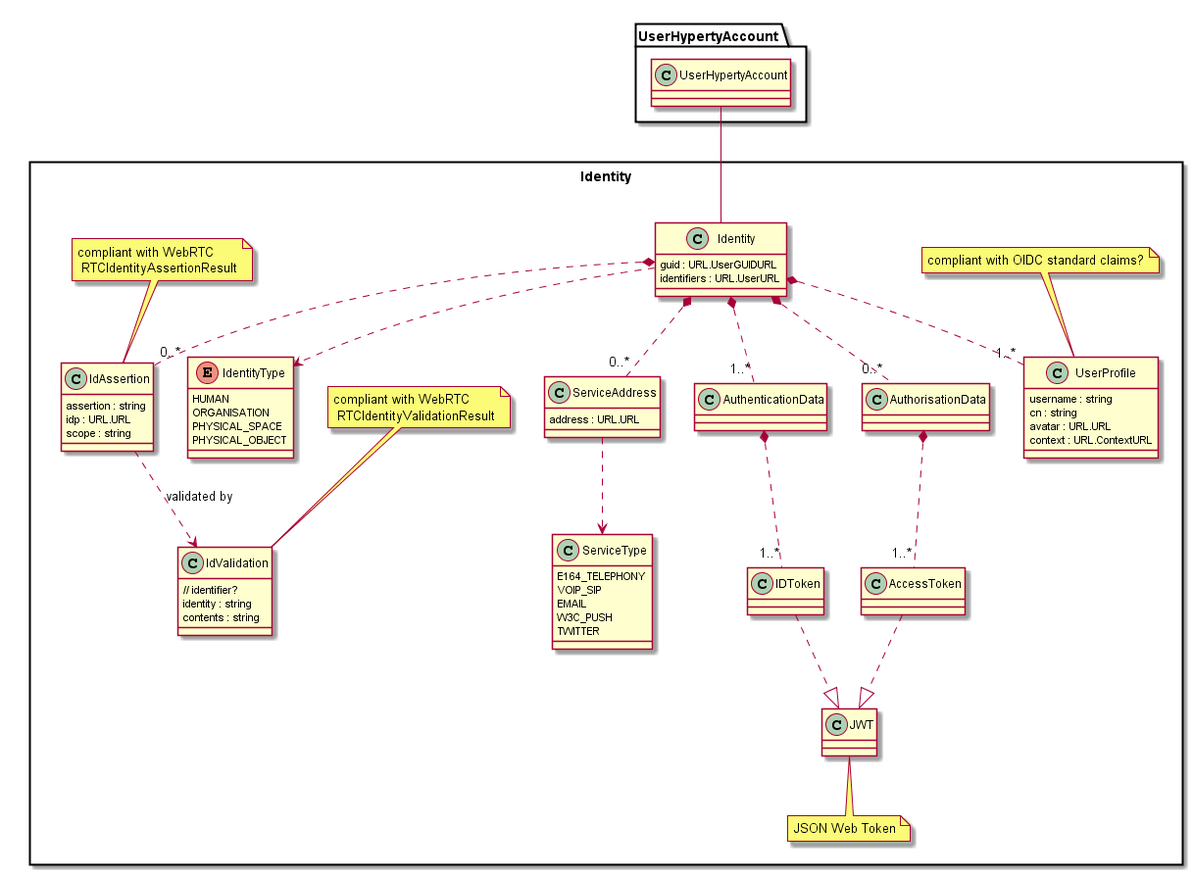
The PlantUML diagram docs/datamodel/Identity-Data-Object-Model.png in reTHINK-project/dev-service-framework, before a commit. Its diagram source:
```plantuml
@startuml "Identity-Data-Object-Model.png"

package Identity <<Rect>> {

	enum IdentityType {
		HUMAN
		ORGANISATION
		PHYSICAL_SPACE
		PHYSICAL_OBJECT
	}

	class Identity {
		guid : URL.UserGUIDURL
		identifiers : URL.UserURL
	}

	Identity -up- UserHypertyAccount.UserHypertyAccount

	class AuthenticationData {
	}

	class AuthorisationData {
	}

	class IdAssertion {
		assertion : string
		idp : URL.URL
		scope : string
	}

	note top : compliant with WebRTC\n RTCIdentityAssertionResult

	class IdValidation {
		// identifier?
		identity : string
		contents : string
	}

	note top : compliant with WebRTC\n RTCIdentityValidationResult

	class ServiceType {
		E164_TELEPHONY
		VOIP_SIP
		EMAIL
		W3C_PUSH
		TWITTER
	}

	class ServiceAddress {
		address : URL.URL
	}

	class UserProfile {
		username : string
		cn : string
		avatar : URL.URL
		context : URL.ContextURL
	}

	note top : compliant with OIDC standard claims?

	class JWT {
	}

	note bottom : JSON Web Token

	class IDToken {
	}

	class AccessToken {
	}

	IDToken ..|> JWT
	AccessToken ..|> JWT

	Identity ..> IdentityType
	Identity *.. "1..*" AuthenticationData
	Identity *.. "0..*" AuthorisationData
	Identity *.. "1..*" UserProfile
	Identity *.. "0..*" ServiceAddress
	Identity *.. "0..*" IdAssertion
	ServiceAddress ..> ServiceType

	IdAssertion ..> IdValidation : validated by

	AuthenticationData *.. "1..*" IDToken
	AuthorisationData *.. "1..*" AccessToken
}

@enduml
```
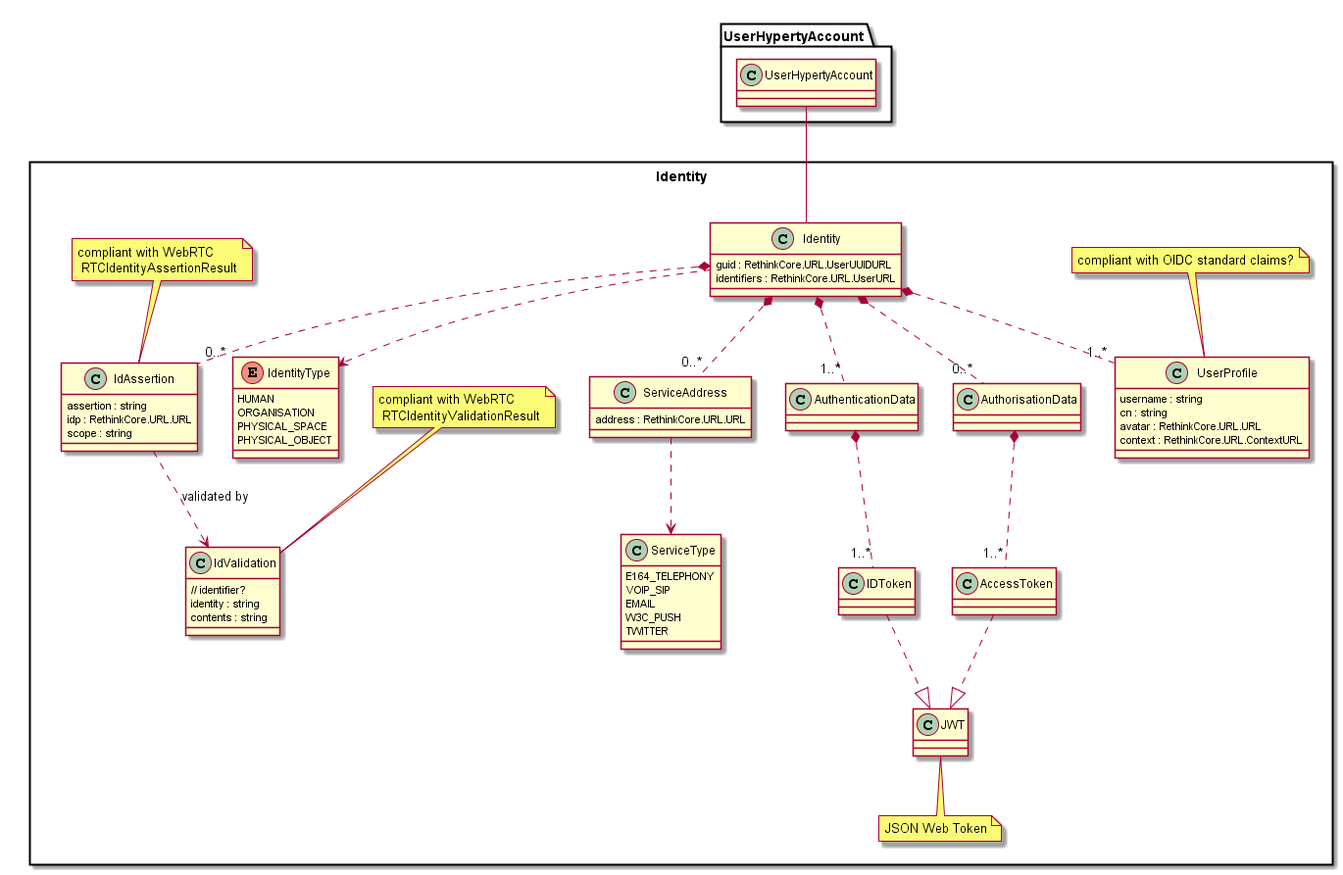
The same file after the commit.

What changed in the source:
```diff
@@ -10,8 +10,8 @@
 	}
 
 	class Identity {
-		guid : URL.UserGUIDURL
-		identifiers : URL.UserURL
+		guid : RethinkCore.URL.UserUUIDURL
+		identifiers : RethinkCore.URL.UserURL
 	}
 
 	Identity -up- UserHypertyAccount.UserHypertyAccount
@@ -24,7 +24,7 @@
 
 	class IdAssertion {
 		assertion : string
-		idp : URL.URL
+		idp : RethinkCore.URL.URL
 		scope : string
 	}
 
@@ -47,14 +47,14 @@
 	}
 
 	class ServiceAddress {
-		address : URL.URL
+		address : RethinkCore.URL.URL
 	}
 
 	class UserProfile {
 		username : string
 		cn : string
-		avatar : URL.URL
-		context : URL.ContextURL
+		avatar : RethinkCore.URL.URL
+		context : RethinkCore.URL.ContextURL
 	}
 
 	note top : compliant with OIDC standard claims?
```
